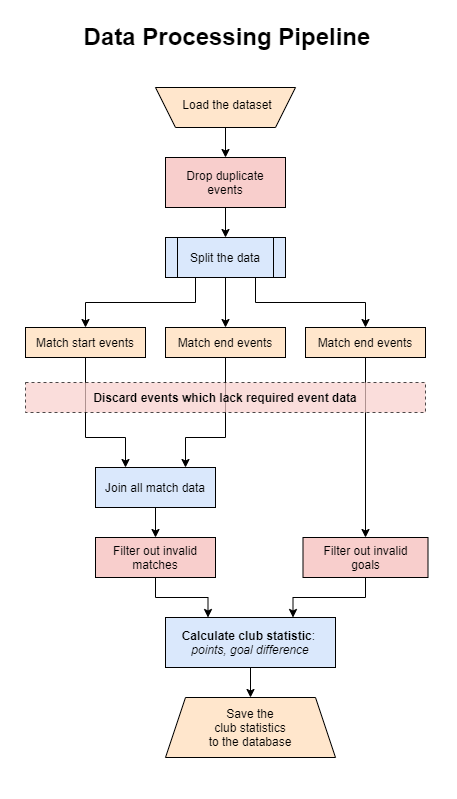
Earlier version of the draw.io export data_processing_pipeline.png (senadkurtisi/Data-Challenge). Source tidied: cells renumbered, new cells last; positions are measured from the earlier drawing's top-left corner, leaving out a move shared by most shapes.
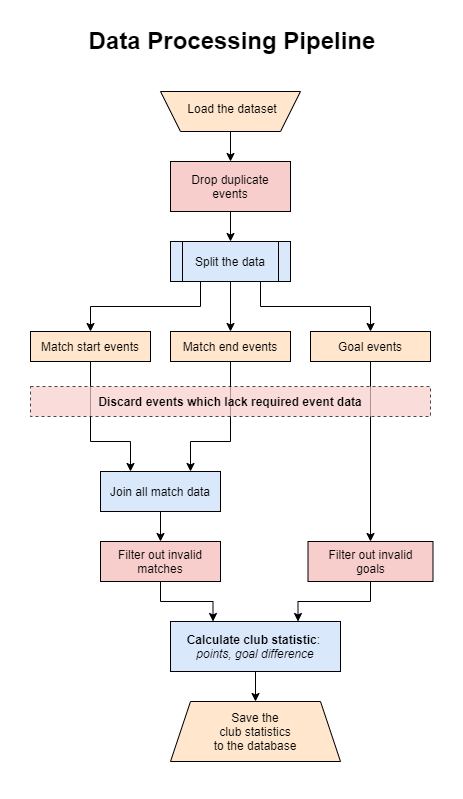
After the change.

Change to the diagram source:
```diff
@@ -48,7 +48,7 @@
     <mxCell id="13" style="edgeStyle=orthogonalEdgeStyle;rounded=0;jettySize=auto;html=1;exitX=0.5;exitY=1;exitDx=0;exitDy=0;entryX=0.5;entryY=0;entryDx=0;entryDy=0;" parent="1" edge="1" source="14" target="22">
       <mxGeometry relative="1" as="geometry" />
     </mxCell>
-    <mxCell id="14" value="Match end events" style="rounded=0;whiteSpace=wrap;html=1;fillColor=#ffe6cc;strokeColor=#000000;" parent="1" vertex="1">
+    <mxCell id="14" value="Goal events" style="rounded=0;whiteSpace=wrap;html=1;fillColor=#ffe6cc;strokeColor=#000000;" parent="1" vertex="1">
       <mxGeometry x="280" y="310" width="120" height="30" as="geometry" />
     </mxCell>
     <mxCell id="15" style="endArrow=classic;html=1;rounded=0;exitX=0.5;exitY=1;exitDx=0;exitDy=0;entryX=0.5;entryY=0;entryDx=0;entryDy=0;" parent="1" edge="1" source="8" target="12">
```
